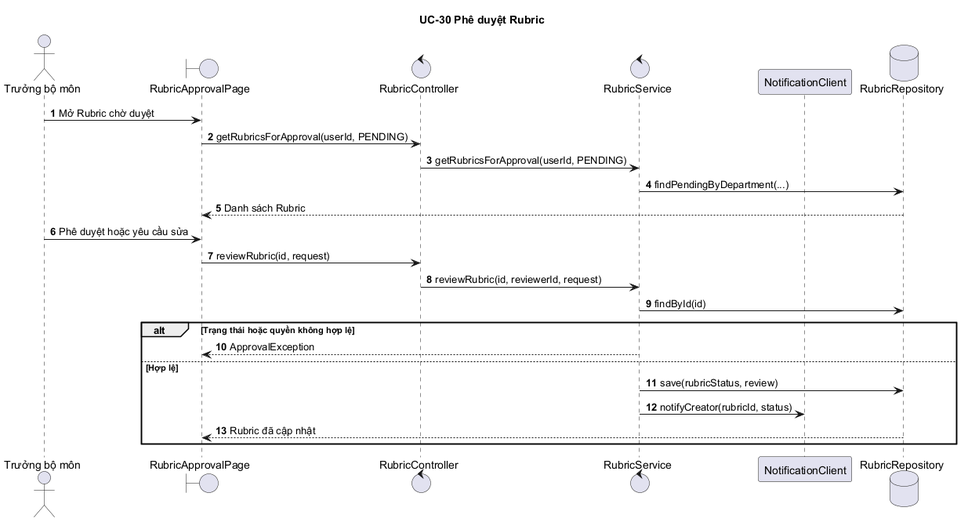
thanhthanh123vn/Rubric_Thanh_Duc_2025_2026 keeps this PlantUML diagram as docs/core-use-cases/UC30_DuyetRubric/sequence.png. Above is the earlier version. Its diagram source:
```plantuml
@startuml
autonumber
title UC-30 Phê duyệt Rubric
actor "Trưởng bộ môn" as TBM
boundary "RubricApprovalPage" as UI
control "RubricController" as C
control "RubricService" as S
participant "NotificationClient" as NC
database "RubricRepository" as DB
TBM -> UI : Mở Rubric chờ duyệt
UI -> C : getRubricsForApproval(userId, PENDING)
C -> S : getRubricsForApproval(userId, PENDING)
S -> DB : findPendingByDepartment(...)
DB --> UI : Danh sách Rubric
TBM -> UI : Phê duyệt hoặc yêu cầu sửa
UI -> C : reviewRubric(id, request)
C -> S : reviewRubric(id, reviewerId, request)
S -> DB : findById(id)
alt Trạng thái hoặc quyền không hợp lệ
  S --> UI : ApprovalException
else Hợp lệ
  S -> DB : save(rubricStatus, review)
  S -> NC : notifyCreator(rubricId, status)
  DB --> UI : Rubric đã cập nhật
end
@enduml
```
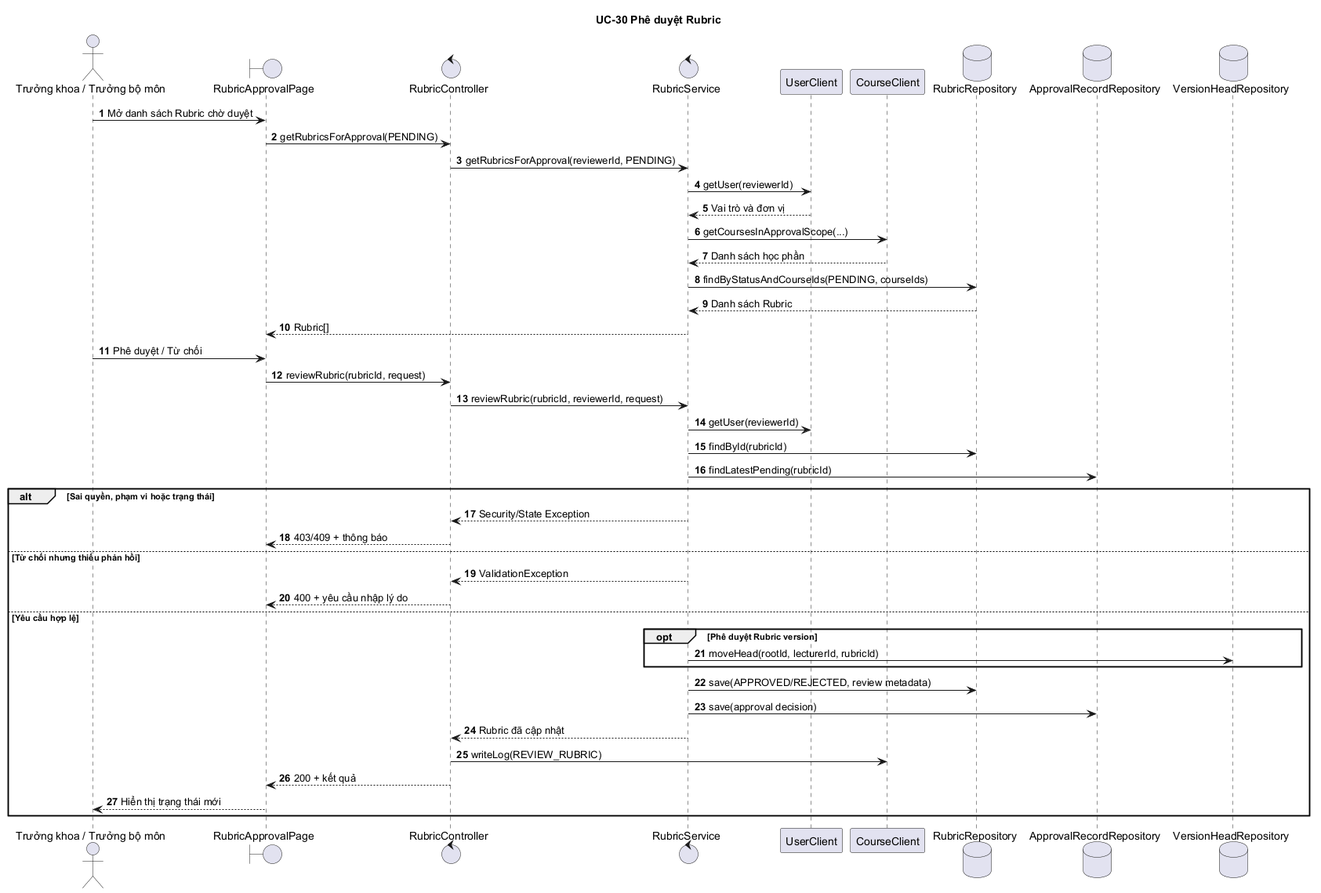
After the commit.

The edit, as a diff of the source:
```diff
@@ -1,26 +1,49 @@
 @startuml
 autonumber
 title UC-30 Phê duyệt Rubric
-actor "Trưởng bộ môn" as TBM
+actor "Trưởng khoa / Trưởng bộ môn" as Reviewer
 boundary "RubricApprovalPage" as UI
-control "RubricController" as C
-control "RubricService" as S
-participant "NotificationClient" as NC
-database "RubricRepository" as DB
-TBM -> UI : Mở Rubric chờ duyệt
-UI -> C : getRubricsForApproval(userId, PENDING)
-C -> S : getRubricsForApproval(userId, PENDING)
-S -> DB : findPendingByDepartment(...)
-DB --> UI : Danh sách Rubric
-TBM -> UI : Phê duyệt hoặc yêu cầu sửa
-UI -> C : reviewRubric(id, request)
-C -> S : reviewRubric(id, reviewerId, request)
-S -> DB : findById(id)
-alt Trạng thái hoặc quyền không hợp lệ
-  S --> UI : ApprovalException
-else Hợp lệ
-  S -> DB : save(rubricStatus, review)
-  S -> NC : notifyCreator(rubricId, status)
-  DB --> UI : Rubric đã cập nhật
+control "RubricController" as Controller
+control "RubricService" as Service
+participant "UserClient" as UserClient
+participant "CourseClient" as CourseClient
+database "RubricRepository" as RubricRepo
+database "ApprovalRecordRepository" as ApprovalRepo
+database "VersionHeadRepository" as HeadRepo
+
+Reviewer -> UI : Mở danh sách Rubric chờ duyệt
+UI -> Controller : getRubricsForApproval(PENDING)
+Controller -> Service : getRubricsForApproval(reviewerId, PENDING)
+Service -> UserClient : getUser(reviewerId)
+UserClient --> Service : Vai trò và đơn vị
+Service -> CourseClient : getCoursesInApprovalScope(...)
+CourseClient --> Service : Danh sách học phần
+Service -> RubricRepo : findByStatusAndCourseIds(PENDING, courseIds)
+RubricRepo --> Service : Danh sách Rubric
+Service --> UI : Rubric[]
+
+Reviewer -> UI : Phê duyệt / Từ chối
+UI -> Controller : reviewRubric(rubricId, request)
+Controller -> Service : reviewRubric(rubricId, reviewerId, request)
+Service -> UserClient : getUser(reviewerId)
+Service -> RubricRepo : findById(rubricId)
+Service -> ApprovalRepo : findLatestPending(rubricId)
+
+alt Sai quyền, phạm vi hoặc trạng thái
+  Service --> Controller : Security/State Exception
+  Controller --> UI : 403/409 + thông báo
+else Từ chối nhưng thiếu phản hồi
+  Service --> Controller : ValidationException
+  Controller --> UI : 400 + yêu cầu nhập lý do
+else Yêu cầu hợp lệ
+  opt Phê duyệt Rubric version
+    Service -> HeadRepo : moveHead(rootId, lecturerId, rubricId)
+  end
+  Service -> RubricRepo : save(APPROVED/REJECTED, review metadata)
+  Service -> ApprovalRepo : save(approval decision)
+  Service --> Controller : Rubric đã cập nhật
+  Controller -> CourseClient : writeLog(REVIEW_RUBRIC)
+  Controller --> UI : 200 + kết quả
+  UI --> Reviewer : Hiển thị trạng thái mới
 end
 @enduml
```
